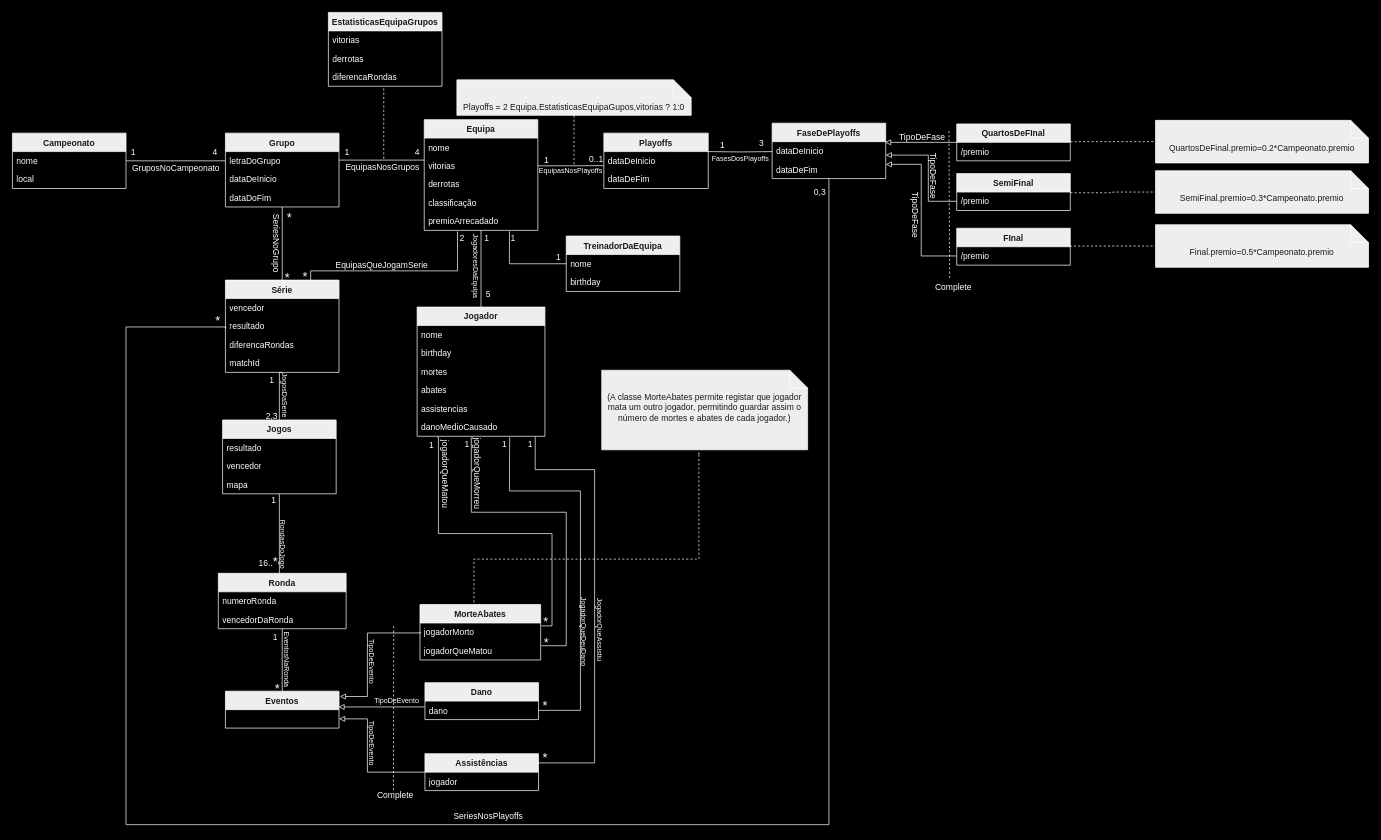
Above: CampeonatoCS.drawio in esperaumbocado/Project_BD (draw.io), before the change. Source tidied: cells renumbered, new cells numbered last; positions are measured from the earlier drawing's top-left corner, leaving out a move shared by most shapes. Both pictures are drawn from the tidied source at 71%, with x=0, y=0 at pixel (12, 12).
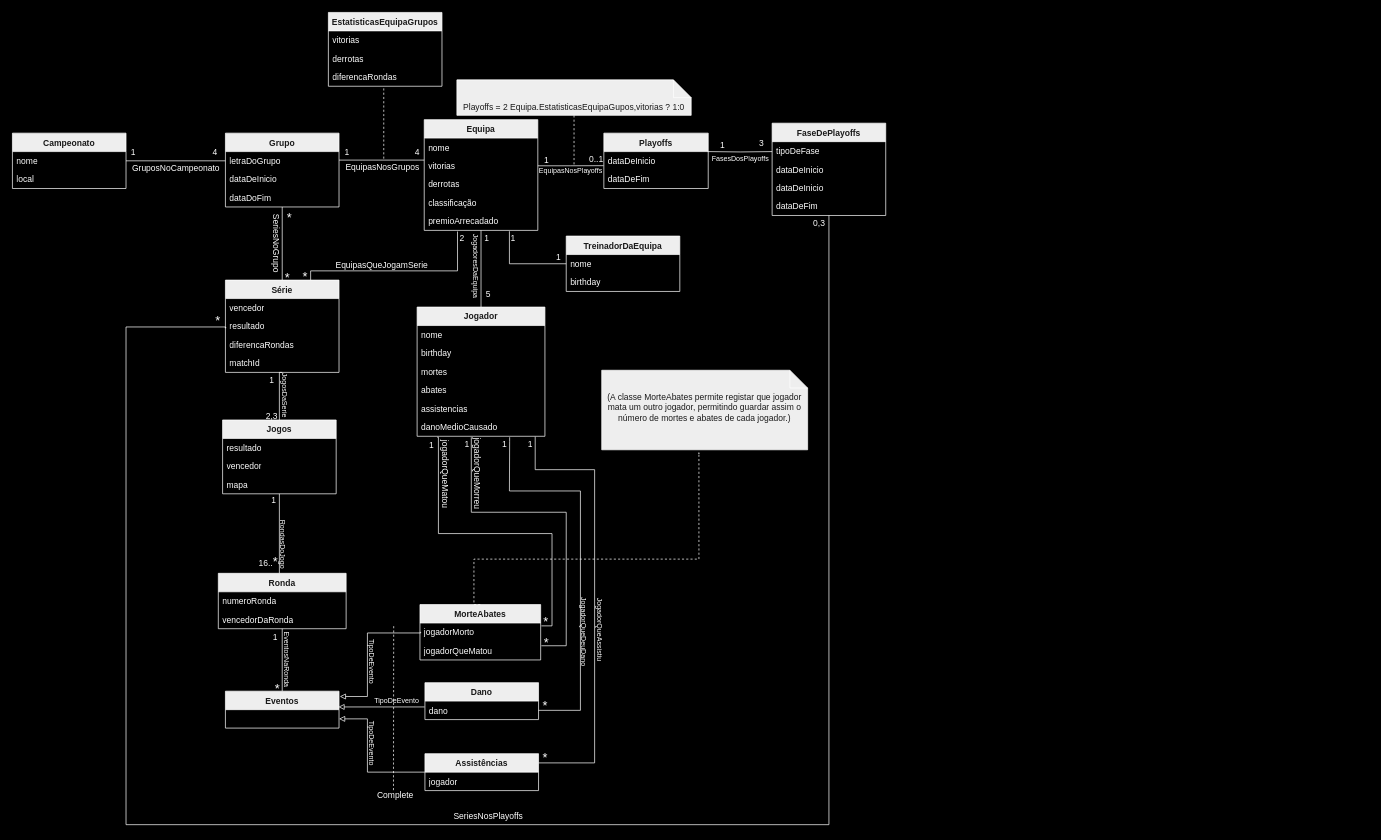
The same page after the edit.

The edit, as a diff of the source:
```diff
@@
     <mxCell id="82" value="FaseDePlayoffs" style="swimlane;fontStyle=1;align=center;verticalAlign=top;horizontal=1;startSize=26;whiteSpace=wrap;html=1;labelBackgroundColor=none;rounded=0;fillColor=#EEEEEE;strokeColor=#FFFFFF;fontColor=#1A1A1A;" parent="1" vertex="1">
-      <mxGeometry x="1070" y="156" width="160" height="78" as="geometry" />
+      <mxGeometry x="1070" y="156" width="160" height="130" as="geometry" />
     </mxCell>
+    <mxCell id="152" value="tipoDeFase" style="text;fillColor=none;align=left;verticalAlign=top;spacingLeft=4;spacingRight=4;overflow=hidden;whiteSpace=wrap;html=1;labelBackgroundColor=none;rounded=0;fontColor=#FFFFFF;" parent="82" vertex="1">
+      <mxGeometry y="26" width="160" height="26" as="geometry" />
+    </mxCell>
+    <mxCell id="153" value="dataDeInicio" style="text;fillColor=none;align=left;verticalAlign=top;spacingLeft=4;spacingRight=4;overflow=hidden;whiteSpace=wrap;html=1;labelBackgroundColor=none;rounded=0;fontColor=#FFFFFF;" parent="82" vertex="1">
+      <mxGeometry y="52" width="160" height="26" as="geometry" />
+    </mxCell>
     <mxCell id="83" value="dataDeInicio " style="text;fillColor=none;align=left;verticalAlign=top;spacingLeft=4;spacingRight=4;overflow=hidden;points=[[0,0.5],[1,0.5]];portConstraint=eastwest;whiteSpace=wrap;html=1;labelBackgroundColor=none;rounded=0;fontColor=#FFFFFF;" parent="82" vertex="1">
-      <mxGeometry y="26" width="160" height="26" as="geometry" />
+      <mxGeometry y="78" width="160" height="26" as="geometry" />
     </mxCell>
     <mxCell id="84" value="dataDeFim" style="text;fillColor=none;align=left;verticalAlign=top;spacingLeft=4;spacingRight=4;overflow=hidden;points=[[0,0.5],[1,0.5]];portConstraint=eastwest;whiteSpace=wrap;html=1;labelBackgroundColor=none;rounded=0;fontColor=#FFFFFF;" parent="82" vertex="1">
-      <mxGeometry y="52" width="160" height="26" as="geometry" />
+      <mxGeometry y="104" width="160" height="26" as="geometry" />
     </mxCell>
@@
     <mxCell id="87" value="0,3" style="text;html=1;align=center;verticalAlign=middle;strokeColor=none;fillColor=none;labelBackgroundColor=none;rounded=0;fontColor=#FFFFFF;" parent="1" vertex="1">
-      <mxGeometry x="1117" y="238" width="40" height="30" as="geometry" />
+      <mxGeometry x="1116" y="282" width="40" height="30" as="geometry" />
     </mxCell>
@@
-    <mxCell id="92" style="edgeStyle=orthogonalEdgeStyle;rounded=0;jettySize=auto;html=1;endArrow=none;endFill=0;dashed=1;entryX=0;entryY=0.5;entryDx=0;entryDy=0;entryPerimeter=0;labelBackgroundColor=none;fontColor=default;strokeColor=#FFFFFF;" parent="1" edge="1" source="93" target="135">
-      <mxGeometry relative="1" as="geometry">
-        <Array as="points">
-          <mxPoint x="1520" y="182" />
-          <mxPoint x="1520" y="182" />
-        </Array>
-      </mxGeometry>
-    </mxCell>
-    <mxCell id="93" value="QuartosDeFInal" style="swimlane;fontStyle=1;align=center;verticalAlign=top;horizontal=1;startSize=26;whiteSpace=wrap;html=1;labelBackgroundColor=none;rounded=0;fillColor=#EEEEEE;strokeColor=#FFFFFF;fontColor=#1A1A1A;" parent="1" vertex="1">
-      <mxGeometry x="1330" y="157" width="160" height="52" as="geometry" />
-    </mxCell>
-    <mxCell id="94" value="/premio" style="text;fillColor=none;align=left;verticalAlign=top;spacingLeft=4;spacingRight=4;overflow=hidden;whiteSpace=wrap;html=1;labelBackgroundColor=none;rounded=0;fontColor=#FFFFFF;" parent="93" vertex="1">
-      <mxGeometry y="26" width="160" height="26" as="geometry" />
-    </mxCell>
-    <mxCell id="95" value="SemiFinal" style="swimlane;fontStyle=1;align=center;verticalAlign=top;horizontal=1;startSize=26;whiteSpace=wrap;html=1;labelBackgroundColor=none;rounded=0;fillColor=#EEEEEE;strokeColor=#FFFFFF;fontColor=#1A1A1A;" parent="1" vertex="1">
-      <mxGeometry x="1330" y="227" width="160" height="52" as="geometry" />
-    </mxCell>
-    <mxCell id="96" value="/premio" style="text;fillColor=none;align=left;verticalAlign=top;spacingLeft=4;spacingRight=4;overflow=hidden;points=[[0,0.5],[1,0.5]];portConstraint=eastwest;whiteSpace=wrap;html=1;labelBackgroundColor=none;rounded=0;fontColor=#FFFFFF;" parent="95" vertex="1">
-      <mxGeometry y="26" width="160" height="26" as="geometry" />
-    </mxCell>
-    <mxCell id="97" value="FInal" style="swimlane;fontStyle=1;align=center;verticalAlign=top;horizontal=1;startSize=26;whiteSpace=wrap;html=1;labelBackgroundColor=none;rounded=0;fillColor=#EEEEEE;strokeColor=#FFFFFF;fontColor=#1A1A1A;" parent="1" vertex="1">
-      <mxGeometry x="1330" y="304" width="160" height="52" as="geometry" />
-    </mxCell>
-    <mxCell id="98" value="/premio" style="text;fillColor=none;align=left;verticalAlign=top;spacingLeft=4;spacingRight=4;overflow=hidden;points=[[0,0.5],[1,0.5]];portConstraint=eastwest;whiteSpace=wrap;html=1;labelBackgroundColor=none;rounded=0;fontColor=#FFFFFF;" parent="97" vertex="1">
-      <mxGeometry y="26" width="160" height="26" as="geometry" />
-    </mxCell>
-    <mxCell id="99" style="edgeStyle=orthogonalEdgeStyle;rounded=0;jettySize=auto;html=1;entryX=1;entryY=0.231;entryDx=0;entryDy=0;entryPerimeter=0;labelBackgroundColor=none;fontColor=default;endArrow=block;endFill=0;strokeColor=#FFFFFF;" parent="1" edge="1" source="98" target="84">
-      <mxGeometry relative="1" as="geometry">
-        <Array as="points">
-          <mxPoint x="1280" y="343" />
-          <mxPoint x="1280" y="214" />
-        </Array>
-      </mxGeometry>
-    </mxCell>
-    <mxCell id="100" style="edgeStyle=orthogonalEdgeStyle;rounded=0;jettySize=auto;html=1;labelBackgroundColor=none;fontColor=default;endArrow=block;endFill=0;strokeColor=#FFFFFF;" parent="1" edge="1" source="96" target="83">
-      <mxGeometry relative="1" as="geometry">
-        <Array as="points">
-          <mxPoint x="1290" y="266" />
-          <mxPoint x="1290" y="201" />
-        </Array>
-      </mxGeometry>
-    </mxCell>
-    <mxCell id="101" style="edgeStyle=orthogonalEdgeStyle;rounded=0;jettySize=auto;html=1;entryX=0.994;entryY=0.346;entryDx=0;entryDy=0;entryPerimeter=0;labelBackgroundColor=none;fontColor=default;endArrow=block;endFill=0;strokeColor=#FFFFFF;" parent="1" edge="1" source="93" target="82">
-      <mxGeometry relative="1" as="geometry" />
-    </mxCell>
@@
-    <mxCell id="123" value="&lt;div&gt;TipoDeFase&lt;/div&gt;" style="text;html=1;align=center;verticalAlign=middle;strokeColor=none;fillColor=none;rotation=90;labelBackgroundColor=none;rounded=0;fontColor=#FFFFFF;" parent="1" vertex="1">
-      <mxGeometry x="1227" y="270" width="90" height="30" as="geometry" />
-    </mxCell>
-    <mxCell id="124" value="&lt;div&gt;TipoDeFase&lt;/div&gt;" style="text;html=1;align=center;verticalAlign=middle;strokeColor=none;fillColor=none;rotation=90;labelBackgroundColor=none;rounded=0;fontColor=#FFFFFF;" parent="1" vertex="1">
-      <mxGeometry x="1252" y="215" width="90" height="30" as="geometry" />
-    </mxCell>
-    <mxCell id="125" value="&lt;div&gt;TipoDeFase&lt;/div&gt;" style="text;html=1;align=center;verticalAlign=middle;strokeColor=none;fillColor=none;rotation=0;labelBackgroundColor=none;rounded=0;fontColor=#FFFFFF;" parent="1" vertex="1">
-      <mxGeometry x="1236" y="161" width="90" height="30" as="geometry" />
-    </mxCell>
@@
-    <mxCell id="135" value="QuartosDeFinal.premio=0.2*Campeonato.premio" style="shape=note2;boundedLbl=1;whiteSpace=wrap;html=1;size=25;verticalAlign=top;align=center;labelBackgroundColor=none;rounded=0;fillColor=#EEEEEE;strokeColor=#FFFFFF;fontColor=#1A1A1A;" parent="1" vertex="1">
-      <mxGeometry x="1610" y="152" width="300" height="60" as="geometry" />
-    </mxCell>
-    <mxCell id="136" style="edgeStyle=orthogonalEdgeStyle;rounded=0;jettySize=auto;html=1;endArrow=none;endFill=0;dashed=1;entryX=0;entryY=0.5;entryDx=0;entryDy=0;entryPerimeter=0;labelBackgroundColor=none;fontColor=default;strokeColor=#FFFFFF;" parent="1" edge="1" target="137">
-      <mxGeometry relative="1" as="geometry">
-        <mxPoint x="1490" y="254" as="sourcePoint" />
-        <Array as="points">
-          <mxPoint x="1550" y="253" />
-        </Array>
-      </mxGeometry>
-    </mxCell>
-    <mxCell id="137" value="SemiFinal.premio=0.3*Campeonato.premio" style="shape=note2;boundedLbl=1;whiteSpace=wrap;html=1;size=25;verticalAlign=top;align=center;labelBackgroundColor=none;rounded=0;fillColor=#EEEEEE;strokeColor=#FFFFFF;fontColor=#1A1A1A;" parent="1" vertex="1">
-      <mxGeometry x="1610" y="223" width="300" height="60" as="geometry" />
-    </mxCell>
-    <mxCell id="138" style="edgeStyle=orthogonalEdgeStyle;rounded=0;jettySize=auto;html=1;endArrow=none;endFill=0;dashed=1;entryX=0;entryY=0.5;entryDx=0;entryDy=0;entryPerimeter=0;labelBackgroundColor=none;fontColor=default;strokeColor=#FFFFFF;" parent="1" edge="1" target="139">
-      <mxGeometry relative="1" as="geometry">
-        <mxPoint x="1490" y="330" as="sourcePoint" />
-        <Array as="points">
-          <mxPoint x="1490" y="329" />
-        </Array>
-      </mxGeometry>
-    </mxCell>
-    <mxCell id="139" value="Final.premio=0.5*Campeonato.premio" style="shape=note2;boundedLbl=1;whiteSpace=wrap;html=1;size=25;verticalAlign=top;align=center;labelBackgroundColor=none;rounded=0;fillColor=#EEEEEE;strokeColor=#FFFFFF;fontColor=#1A1A1A;" parent="1" vertex="1">
-      <mxGeometry x="1610" y="299" width="300" height="60" as="geometry" />
-    </mxCell>
@@
-    <mxCell id="150" style="endArrow=none;html=1;rounded=0;dashed=1;labelBackgroundColor=none;fontColor=default;strokeColor=#FFFFFF;" parent="1" edge="1">
-      <mxGeometry relative="1" as="geometry">
-        <mxPoint x="1320" y="374" as="sourcePoint" />
-        <mxPoint x="1319" y="164" as="targetPoint" />
-      </mxGeometry>
-    </mxCell>
-    <mxCell id="151" value="Complete" style="text;html=1;align=center;verticalAlign=middle;strokeColor=none;fillColor=none;labelBackgroundColor=none;rounded=0;fontColor=#FFFFFF;" parent="1" vertex="1">
-      <mxGeometry x="1290" y="372" width="70" height="30" as="geometry" />
-    </mxCell>
```
